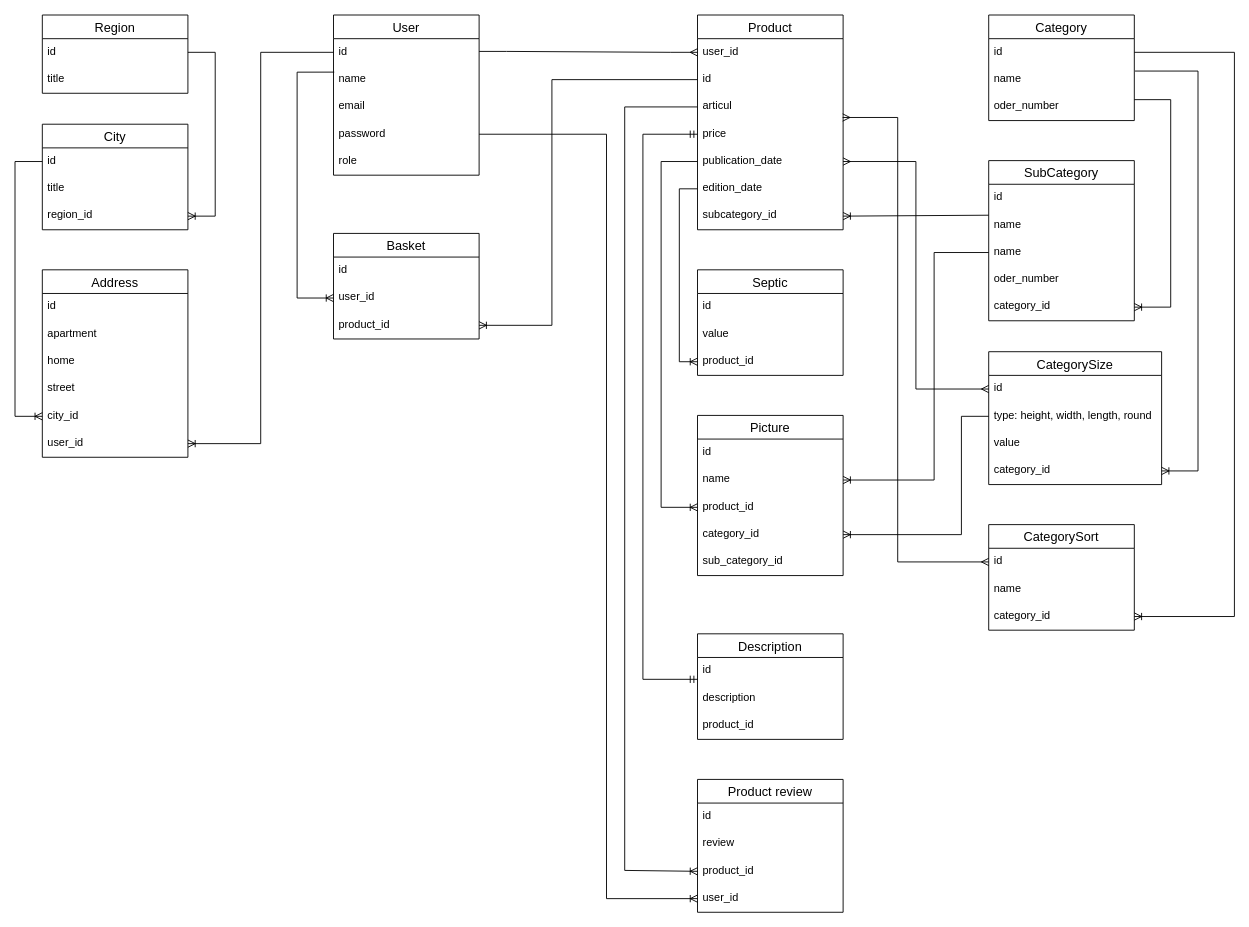
This is lesopilka.drawio from alexeyk500/lesopilka_backend, a draw.io file, before an edit. Source tidied: cells renumbered, new cells numbered last; positions are measured from the earlier drawing's top-left corner, leaving out a move shared by most shapes. Both pictures are drawn from the tidied source at 91%, with x=0, y=0 at pixel (15, 15).
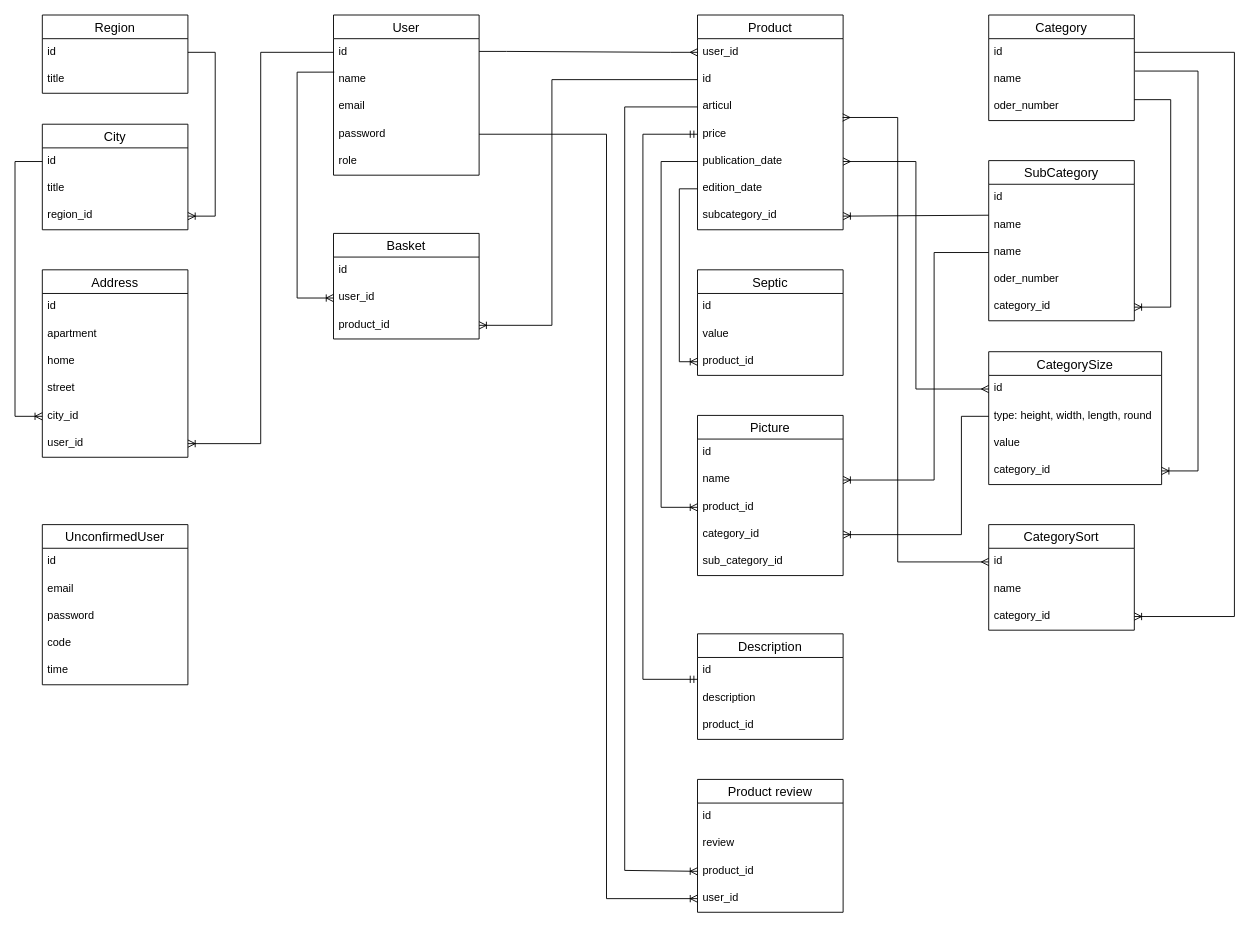
Above is the later version.

Diff of the diagram source:
```diff
@@
+    <mxCell id="91" value="UnconfirmedUser" style="swimlane;fontStyle=0;horizontal=1;startSize=26;align=center;fontSize=14;" parent="1" vertex="1">
+      <mxGeometry x="30" y="560" width="160" height="176" as="geometry" />
+    </mxCell>
+    <mxCell id="92" value="id" style="text;strokeColor=none;fillColor=none;spacingLeft=4;spacingRight=4;overflow=hidden;fontSize=12;" parent="91" vertex="1">
+      <mxGeometry y="26" width="160" height="30" as="geometry" />
+    </mxCell>
+    <mxCell id="93" value="email" style="text;strokeColor=none;fillColor=none;spacingLeft=4;spacingRight=4;overflow=hidden;fontSize=12;" parent="91" vertex="1">
+      <mxGeometry y="56" width="160" height="30" as="geometry" />
+    </mxCell>
+    <mxCell id="94" value="password" style="text;strokeColor=none;fillColor=none;spacingLeft=4;spacingRight=4;overflow=hidden;fontSize=12;" parent="91" vertex="1">
+      <mxGeometry y="86" width="160" height="30" as="geometry" />
+    </mxCell>
+    <mxCell id="95" value="code" style="text;strokeColor=none;fillColor=none;spacingLeft=4;spacingRight=4;overflow=hidden;fontSize=12;" parent="91" vertex="1">
+      <mxGeometry y="116" width="160" height="30" as="geometry" />
+    </mxCell>
+    <mxCell id="96" value="time" style="text;strokeColor=none;fillColor=none;spacingLeft=4;spacingRight=4;overflow=hidden;fontSize=12;" parent="91" vertex="1">
+      <mxGeometry y="146" width="160" height="30" as="geometry" />
+    </mxCell>
```
